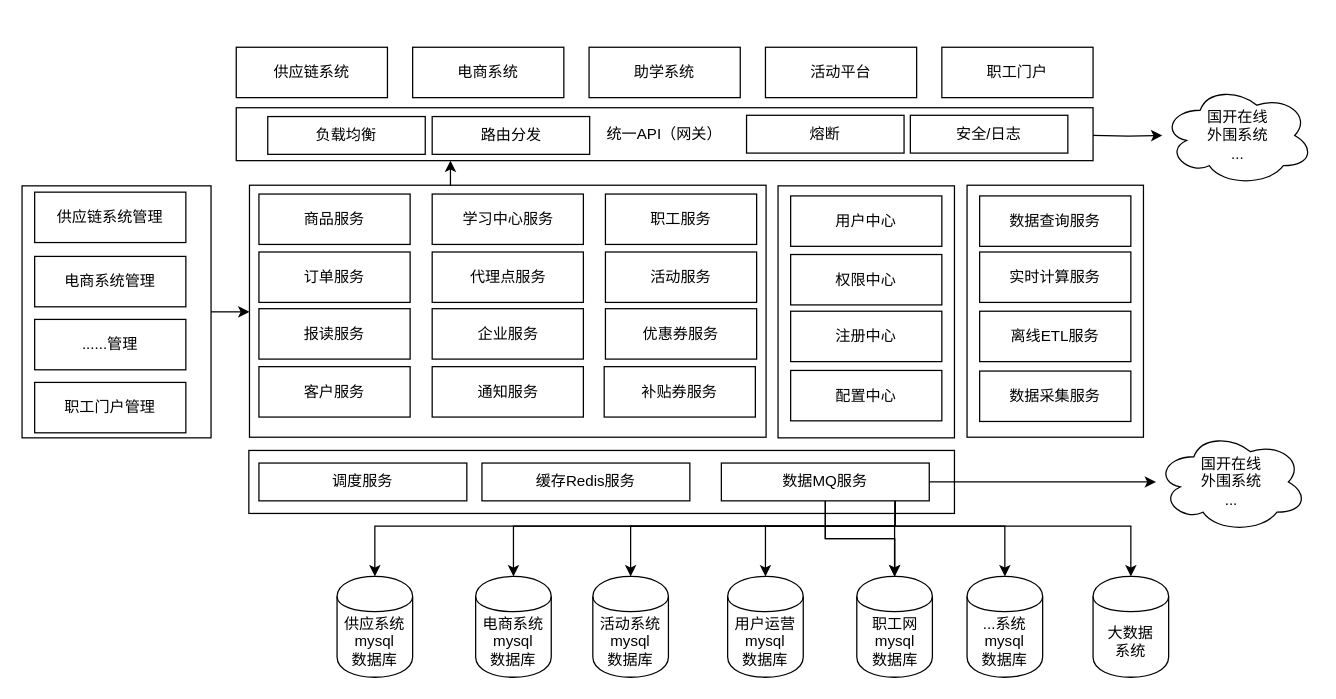
The draw.io diagram page "Page-3" (3 of 4) of workeredu/求学圆梦项目流程.drawio in kinvensan/drawio, before the edit. Source tidied: cells renumbered, new cells numbered last; positions are measured from the earlier drawing's top-left corner, leaving out a move shared by most shapes. Both pictures are drawn from the tidied source at 126%, with x=0, y=0 at pixel (21, 47).
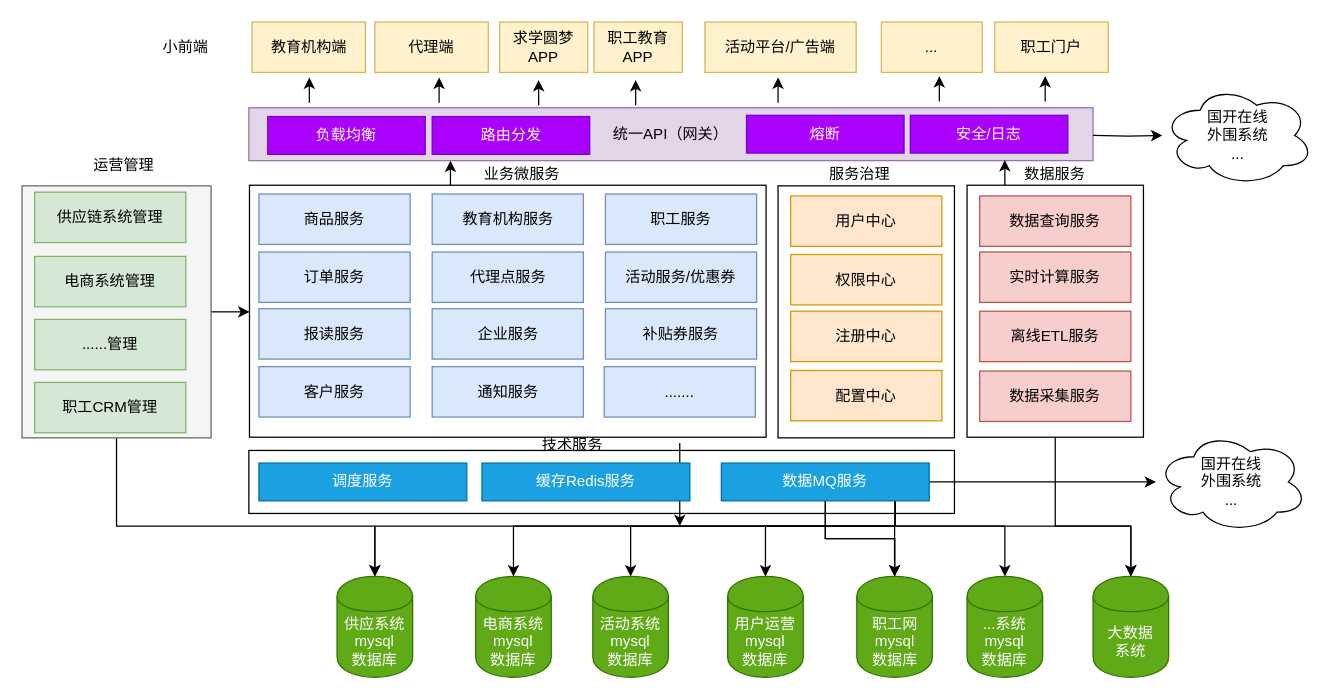
The same page after the edit.

Commit message:
Update 求学圆梦项目流程.drawio

The change refers to these unchanged cells:
```xml
<mxCell id="59" style="rounded=0;whiteSpace=wrap;html=1;" parent="1" vertex="1">
  <mxGeometry x="750" y="109.5" width="140" height="200" as="geometry" />
</mxCell>
```

Change to the diagram source:
```diff
@@
+    <mxCell id="65" style="edgeStyle=orthogonalEdgeStyle;rounded=0;jettySize=auto;html=1;" parent="1" edge="1" source="4" target="12">
+      <mxGeometry relative="1" as="geometry">
+        <Array as="points">
+          <mxPoint x="75" y="380" />
+          <mxPoint x="280" y="380" />
+        </Array>
+      </mxGeometry>
+    </mxCell>
-    <mxCell id="4" style="rounded=0;whiteSpace=wrap;html=1;" parent="1" vertex="1">
+    <mxCell id="4" style="rounded=0;whiteSpace=wrap;html=1;fillColor=#f5f5f5;strokeColor=#666666;fontColor=#333333;" parent="1" vertex="1">
       <mxGeometry y="110" width="150" height="200" as="geometry" />
     </mxCell>
@@
-    <mxCell id="7" value="代理点服务" style="rounded=0;whiteSpace=wrap;html=1;" parent="1" vertex="1">
+    <mxCell id="7" value="代理点服务" style="rounded=0;whiteSpace=wrap;html=1;fillColor=#dae8fc;strokeColor=#6c8ebf;" parent="1" vertex="1">
       <mxGeometry x="325.5" y="162.5" width="120" height="40" as="geometry" />
     </mxCell>
-    <mxCell id="8" value="商品服务" style="rounded=0;whiteSpace=wrap;html=1;" parent="1" vertex="1">
+    <mxCell id="8" value="商品服务" style="rounded=0;whiteSpace=wrap;html=1;fillColor=#dae8fc;strokeColor=#6c8ebf;" parent="1" vertex="1">
       <mxGeometry x="188" y="116.5" width="120" height="40" as="geometry" />
     </mxCell>
-    <mxCell id="9" value="订单服务" style="rounded=0;whiteSpace=wrap;html=1;" parent="1" vertex="1">
+    <mxCell id="9" value="订单服务" style="rounded=0;whiteSpace=wrap;html=1;fillColor=#dae8fc;strokeColor=#6c8ebf;" parent="1" vertex="1">
       <mxGeometry x="188" y="162.5" width="120" height="40" as="geometry" />
     </mxCell>
-    <mxCell id="10" value="报读服务" style="rounded=0;whiteSpace=wrap;html=1;" parent="1" vertex="1">
+    <mxCell id="10" value="报读服务" style="rounded=0;whiteSpace=wrap;html=1;fillColor=#dae8fc;strokeColor=#6c8ebf;" parent="1" vertex="1">
       <mxGeometry x="188" y="207.5" width="120" height="40" as="geometry" />
     </mxCell>
-    <mxCell id="11" value="企业服务" style="rounded=0;whiteSpace=wrap;html=1;" parent="1" vertex="1">
+    <mxCell id="11" value="企业服务" style="rounded=0;whiteSpace=wrap;html=1;fillColor=#dae8fc;strokeColor=#6c8ebf;" parent="1" vertex="1">
       <mxGeometry x="325.5" y="207.5" width="120" height="40" as="geometry" />
     </mxCell>
-    <mxCell id="12" value="供应系统mysql&lt;br&gt;数据库" style="shape=cylinder;whiteSpace=wrap;html=1;boundedLbl=1;backgroundOutline=1;fillColor=#FFFFFF;" parent="1" vertex="1">
+    <mxCell id="12" value="供应系统mysql&lt;br&gt;数据库" style="shape=cylinder;whiteSpace=wrap;html=1;boundedLbl=1;backgroundOutline=1;fillColor=#60a917;strokeColor=#2D7600;fontColor=#ffffff;" parent="1" vertex="1">
       <mxGeometry x="250" y="420" width="60" height="80" as="geometry" />
     </mxCell>
-    <mxCell id="13" value="电商系统&lt;br&gt;mysql&lt;br&gt;数据库" style="shape=cylinder;whiteSpace=wrap;html=1;boundedLbl=1;backgroundOutline=1;fillColor=#FFFFFF;" parent="1" vertex="1">
+    <mxCell id="13" value="电商系统&lt;br&gt;mysql&lt;br&gt;数据库" style="shape=cylinder;whiteSpace=wrap;html=1;boundedLbl=1;backgroundOutline=1;fillColor=#60a917;strokeColor=#2D7600;fontColor=#ffffff;" parent="1" vertex="1">
       <mxGeometry x="360" y="420" width="60" height="80" as="geometry" />
     </mxCell>
-    <mxCell id="14" value="活动系统&lt;br&gt;mysql&lt;br&gt;数据库" style="shape=cylinder;whiteSpace=wrap;html=1;boundedLbl=1;backgroundOutline=1;fillColor=#FFFFFF;" parent="1" vertex="1">
+    <mxCell id="14" value="活动系统&lt;br&gt;mysql&lt;br&gt;数据库" style="shape=cylinder;whiteSpace=wrap;html=1;boundedLbl=1;backgroundOutline=1;fillColor=#60a917;strokeColor=#2D7600;fontColor=#ffffff;" parent="1" vertex="1">
       <mxGeometry x="453" y="420" width="60" height="80" as="geometry" />
     </mxCell>
-    <mxCell id="15" value="用户运营&lt;br&gt;mysql&lt;br&gt;数据库" style="shape=cylinder;whiteSpace=wrap;html=1;boundedLbl=1;backgroundOutline=1;fillColor=#FFFFFF;" parent="1" vertex="1">
+    <mxCell id="15" value="用户运营&lt;br&gt;mysql&lt;br&gt;数据库" style="shape=cylinder;whiteSpace=wrap;html=1;boundedLbl=1;backgroundOutline=1;fillColor=#60a917;strokeColor=#2D7600;fontColor=#ffffff;" parent="1" vertex="1">
       <mxGeometry x="560" y="420" width="60" height="80" as="geometry" />
     </mxCell>
@@
-    <mxCell id="17" value="职工网&lt;br&gt;mysql&lt;br&gt;数据库" style="shape=cylinder;whiteSpace=wrap;html=1;boundedLbl=1;backgroundOutline=1;fillColor=#FFFFFF;" parent="1" vertex="1">
+    <mxCell id="17" value="职工网&lt;br&gt;mysql&lt;br&gt;数据库" style="shape=cylinder;whiteSpace=wrap;html=1;boundedLbl=1;backgroundOutline=1;fillColor=#60a917;strokeColor=#2D7600;fontColor=#ffffff;" parent="1" vertex="1">
       <mxGeometry x="662.5" y="420" width="60" height="80" as="geometry" />
     </mxCell>
@@
-    <mxCell id="27" value="数据MQ服务" style="rounded=0;whiteSpace=wrap;html=1;" parent="1" vertex="1">
+    <mxCell id="27" value="数据MQ服务" style="rounded=0;whiteSpace=wrap;html=1;fillColor=#1ba1e2;strokeColor=#006EAF;fontColor=#ffffff;" parent="1" vertex="1">
       <mxGeometry x="555" y="330" width="165" height="30" as="geometry" />
     </mxCell>
-    <mxCell id="28" value="...系统&lt;br&gt;mysql&lt;br&gt;数据库" style="shape=cylinder;whiteSpace=wrap;html=1;boundedLbl=1;backgroundOutline=1;fillColor=#FFFFFF;" parent="1" vertex="1">
+    <mxCell id="28" value="...系统&lt;br&gt;mysql&lt;br&gt;数据库" style="shape=cylinder;whiteSpace=wrap;html=1;boundedLbl=1;backgroundOutline=1;fillColor=#60a917;strokeColor=#2D7600;fontColor=#ffffff;" parent="1" vertex="1">
       <mxGeometry x="750" y="420" width="60" height="80" as="geometry" />
     </mxCell>
-    <mxCell id="29" value="大数据&lt;br&gt;系统" style="shape=cylinder;whiteSpace=wrap;html=1;boundedLbl=1;backgroundOutline=1;fillColor=#FFFFFF;" parent="1" vertex="1">
+    <mxCell id="29" value="大数据&lt;br&gt;系统" style="shape=cylinder;whiteSpace=wrap;html=1;boundedLbl=1;backgroundOutline=1;fillColor=#60a917;strokeColor=#2D7600;fontColor=#ffffff;" parent="1" vertex="1">
       <mxGeometry x="850" y="420" width="60" height="80" as="geometry" />
     </mxCell>
-    <mxCell id="30" value="客户服务" style="rounded=0;whiteSpace=wrap;html=1;" parent="1" vertex="1">
+    <mxCell id="30" value="客户服务" style="rounded=0;whiteSpace=wrap;html=1;fillColor=#dae8fc;strokeColor=#6c8ebf;" parent="1" vertex="1">
       <mxGeometry x="188" y="253.5" width="120" height="40" as="geometry" />
     </mxCell>
-    <mxCell id="31" value="通知服务" style="rounded=0;whiteSpace=wrap;html=1;" parent="1" vertex="1">
+    <mxCell id="31" value="通知服务" style="rounded=0;whiteSpace=wrap;html=1;fillColor=#dae8fc;strokeColor=#6c8ebf;" parent="1" vertex="1">
       <mxGeometry x="325.5" y="253.5" width="120" height="40" as="geometry" />
     </mxCell>
-    <mxCell id="32" value="学习中心服务" style="rounded=0;whiteSpace=wrap;html=1;" parent="1" vertex="1">
+    <mxCell id="32" value="教育机构服务" style="rounded=0;whiteSpace=wrap;html=1;fillColor=#dae8fc;strokeColor=#6c8ebf;" parent="1" vertex="1">
       <mxGeometry x="325.5" y="116.5" width="120" height="40" as="geometry" />
     </mxCell>
-    <mxCell id="33" value="职工服务" style="rounded=0;whiteSpace=wrap;html=1;" parent="1" vertex="1">
+    <mxCell id="33" value="职工服务" style="rounded=0;whiteSpace=wrap;html=1;fillColor=#dae8fc;strokeColor=#6c8ebf;" parent="1" vertex="1">
       <mxGeometry x="463" y="116.5" width="120" height="40" as="geometry" />
     </mxCell>
-    <mxCell id="34" value="供应链系统管理" style="rounded=0;whiteSpace=wrap;html=1;" parent="1" vertex="1">
+    <mxCell id="34" value="供应链系统管理" style="rounded=0;whiteSpace=wrap;html=1;fillColor=#d5e8d4;strokeColor=#82b366;" parent="1" vertex="1">
       <mxGeometry x="10" y="115" width="120" height="40" as="geometry" />
     </mxCell>
-    <mxCell id="35" value="活动服务" style="rounded=0;whiteSpace=wrap;html=1;" parent="1" vertex="1">
+    <mxCell id="35" value="活动服务/优惠券" style="rounded=0;whiteSpace=wrap;html=1;fillColor=#dae8fc;strokeColor=#6c8ebf;" parent="1" vertex="1">
       <mxGeometry x="463" y="162.5" width="120" height="40" as="geometry" />
     </mxCell>
-    <mxCell id="36" value="优惠券服务" style="rounded=0;whiteSpace=wrap;html=1;" parent="1" vertex="1">
+    <mxCell id="36" value="补贴券服务" style="rounded=0;whiteSpace=wrap;html=1;fillColor=#dae8fc;strokeColor=#6c8ebf;" parent="1" vertex="1">
       <mxGeometry x="463" y="207.5" width="120" height="40" as="geometry" />
     </mxCell>
+    <mxCell id="66" style="edgeStyle=orthogonalEdgeStyle;rounded=0;orthogonalLoop=1;jettySize=auto;html=1;" parent="1" edge="1">
+      <mxGeometry relative="1" as="geometry">
+        <mxPoint x="522" y="314" as="sourcePoint" />
+        <mxPoint x="522" y="380" as="targetPoint" />
+      </mxGeometry>
+    </mxCell>
-    <mxCell id="37" value="补贴券服务" style="rounded=0;whiteSpace=wrap;html=1;" parent="1" vertex="1">
+    <mxCell id="37" value="......." style="rounded=0;whiteSpace=wrap;html=1;fillColor=#dae8fc;strokeColor=#6c8ebf;" parent="1" vertex="1">
       <mxGeometry x="462" y="253.5" width="120" height="40" as="geometry" />
     </mxCell>
-    <mxCell id="38" value="电商系统管理" style="rounded=0;whiteSpace=wrap;html=1;" parent="1" vertex="1">
+    <mxCell id="38" value="电商系统管理" style="rounded=0;whiteSpace=wrap;html=1;fillColor=#d5e8d4;strokeColor=#82b366;" parent="1" vertex="1">
       <mxGeometry x="10" y="166" width="120" height="40" as="geometry" />
     </mxCell>
-    <mxCell id="39" value="......管理" style="rounded=0;whiteSpace=wrap;html=1;" parent="1" vertex="1">
+    <mxCell id="39" value="......管理" style="rounded=0;whiteSpace=wrap;html=1;fillColor=#d5e8d4;strokeColor=#82b366;" parent="1" vertex="1">
       <mxGeometry x="10" y="216" width="120" height="40" as="geometry" />
     </mxCell>
-    <mxCell id="40" value="职工门户管理" style="rounded=0;whiteSpace=wrap;html=1;" parent="1" vertex="1">
+    <mxCell id="40" value="职工CRM管理" style="rounded=0;whiteSpace=wrap;html=1;fillColor=#d5e8d4;strokeColor=#82b366;" parent="1" vertex="1">
       <mxGeometry x="10" y="266" width="120" height="40" as="geometry" />
     </mxCell>
-    <mxCell id="41" value="用户中心" style="rounded=0;whiteSpace=wrap;html=1;" parent="1" vertex="1">
+    <mxCell id="41" value="用户中心" style="rounded=0;whiteSpace=wrap;html=1;fillColor=#ffe6cc;strokeColor=#d79b00;" parent="1" vertex="1">
       <mxGeometry x="610" y="118" width="120" height="40" as="geometry" />
     </mxCell>
-    <mxCell id="42" value="权限中心" style="rounded=0;whiteSpace=wrap;html=1;" parent="1" vertex="1">
+    <mxCell id="42" value="权限中心" style="rounded=0;whiteSpace=wrap;html=1;fillColor=#ffe6cc;strokeColor=#d79b00;" parent="1" vertex="1">
       <mxGeometry x="610" y="164.5" width="120" height="40" as="geometry" />
     </mxCell>
-    <mxCell id="43" value="注册中心" style="rounded=0;whiteSpace=wrap;html=1;" parent="1" vertex="1">
+    <mxCell id="43" value="注册中心" style="rounded=0;whiteSpace=wrap;html=1;fillColor=#ffe6cc;strokeColor=#d79b00;" parent="1" vertex="1">
       <mxGeometry x="610" y="209.5" width="120" height="40" as="geometry" />
     </mxCell>
-    <mxCell id="44" value="配置中心" style="rounded=0;whiteSpace=wrap;html=1;" parent="1" vertex="1">
+    <mxCell id="44" value="配置中心" style="rounded=0;whiteSpace=wrap;html=1;fillColor=#ffe6cc;strokeColor=#d79b00;" parent="1" vertex="1">
       <mxGeometry x="610" y="256.5" width="120" height="40" as="geometry" />
     </mxCell>
-    <mxCell id="45" value="供应链系统" style="rounded=0;whiteSpace=wrap;html=1;" parent="1" vertex="1">
-      <mxGeometry x="170" width="120" height="40" as="geometry" />
+    <mxCell id="45" value="教育机构端" style="rounded=0;whiteSpace=wrap;html=1;fillColor=#fff2cc;strokeColor=#d6b656;" parent="1" vertex="1">
+      <mxGeometry x="182.5" y="-20" width="90" height="40" as="geometry" />
     </mxCell>
-    <mxCell id="46" value="电商系统" style="rounded=0;whiteSpace=wrap;html=1;" parent="1" vertex="1">
-      <mxGeometry x="310" width="120" height="40" as="geometry" />
+    <mxCell id="46" value="求学圆梦APP" style="rounded=0;whiteSpace=wrap;html=1;fillColor=#fff2cc;strokeColor=#d6b656;" parent="1" vertex="1">
+      <mxGeometry x="379" y="-20" width="70" height="40" as="geometry" />
     </mxCell>
-    <mxCell id="47" value="助学系统" style="rounded=0;whiteSpace=wrap;html=1;" parent="1" vertex="1">
-      <mxGeometry x="450" width="120" height="40" as="geometry" />
+    <mxCell id="47" value="活动平台/广告端" style="rounded=0;whiteSpace=wrap;html=1;fillColor=#fff2cc;strokeColor=#d6b656;" parent="1" vertex="1">
+      <mxGeometry x="542" y="-20" width="120" height="40" as="geometry" />
     </mxCell>
-    <mxCell id="48" value="活动平台" style="rounded=0;whiteSpace=wrap;html=1;" parent="1" vertex="1">
-      <mxGeometry x="590" width="120" height="40" as="geometry" />
+    <mxCell id="48" value="..." style="rounded=0;whiteSpace=wrap;html=1;fillColor=#fff2cc;strokeColor=#d6b656;" parent="1" vertex="1">
+      <mxGeometry x="682" y="-20" width="80" height="40" as="geometry" />
     </mxCell>
-    <mxCell id="49" value="职工门户" style="rounded=0;whiteSpace=wrap;html=1;" parent="1" vertex="1">
-      <mxGeometry x="730" width="120" height="40" as="geometry" />
+    <mxCell id="49" value="职工门户" style="rounded=0;whiteSpace=wrap;html=1;fillColor=#fff2cc;strokeColor=#d6b656;" parent="1" vertex="1">
+      <mxGeometry x="772" y="-20" width="90" height="40" as="geometry" />
     </mxCell>
-    <mxCell id="50" value="统一API（网关）" style="rounded=0;whiteSpace=wrap;html=1;" parent="1" vertex="1">
-      <mxGeometry x="170" y="48" width="680" height="42" as="geometry" />
+    <mxCell id="50" value="统一API（网关）" style="rounded=0;whiteSpace=wrap;html=1;fillColor=#e1d5e7;strokeColor=#9673a6;" parent="1" vertex="1">
+      <mxGeometry x="180" y="48" width="670" height="42" as="geometry" />
     </mxCell>
@@
-    <mxCell id="53" value="缓存Redis服务" style="rounded=0;whiteSpace=wrap;html=1;" parent="1" vertex="1">
+    <mxCell id="53" value="缓存Redis服务" style="rounded=0;whiteSpace=wrap;html=1;fillColor=#1ba1e2;strokeColor=#006EAF;fontColor=#ffffff;" parent="1" vertex="1">
       <mxGeometry x="365" y="330" width="165" height="30" as="geometry" />
     </mxCell>
-    <mxCell id="54" value="调度服务" style="rounded=0;whiteSpace=wrap;html=1;" parent="1" vertex="1">
+    <mxCell id="54" value="调度服务" style="rounded=0;whiteSpace=wrap;html=1;fillColor=#1ba1e2;strokeColor=#006EAF;fontColor=#ffffff;" parent="1" vertex="1">
       <mxGeometry x="188" y="330" width="165" height="30" as="geometry" />
     </mxCell>
-    <mxCell id="55" value="熔断" style="rounded=0;whiteSpace=wrap;html=1;" parent="1" vertex="1">
+    <mxCell id="55" value="熔断" style="rounded=0;whiteSpace=wrap;html=1;fillColor=#aa00ff;strokeColor=#7700CC;fontColor=#ffffff;" parent="1" vertex="1">
       <mxGeometry x="575" y="54" width="125" height="30" as="geometry" />
     </mxCell>
-    <mxCell id="56" value="负载均衡" style="rounded=0;whiteSpace=wrap;html=1;" parent="1" vertex="1">
+    <mxCell id="56" value="负载均衡" style="rounded=0;whiteSpace=wrap;html=1;fillColor=#aa00ff;strokeColor=#7700CC;fontColor=#ffffff;" parent="1" vertex="1">
       <mxGeometry x="195" y="55" width="125" height="30" as="geometry" />
     </mxCell>
-    <mxCell id="57" value="路由分发" style="rounded=0;whiteSpace=wrap;html=1;" parent="1" vertex="1">
+    <mxCell id="57" value="路由分发" style="rounded=0;whiteSpace=wrap;html=1;fillColor=#aa00ff;strokeColor=#7700CC;fontColor=#ffffff;" parent="1" vertex="1">
       <mxGeometry x="325.5" y="55" width="125" height="30" as="geometry" />
     </mxCell>
-    <mxCell id="58" value="安全/日志" style="rounded=0;whiteSpace=wrap;html=1;" parent="1" vertex="1">
+    <mxCell id="58" value="安全/日志" style="rounded=0;whiteSpace=wrap;html=1;fillColor=#aa00ff;strokeColor=#7700CC;fontColor=#ffffff;" parent="1" vertex="1">
       <mxGeometry x="705" y="54" width="125" height="30" as="geometry" />
     </mxCell>
+    <mxCell id="67" style="edgeStyle=orthogonalEdgeStyle;rounded=0;jettySize=auto;html=1;" parent="1" edge="1" source="59" target="29">
+      <mxGeometry relative="1" as="geometry">
+        <Array as="points">
+          <mxPoint x="820" y="380" />
+          <mxPoint x="880" y="380" />
+        </Array>
+      </mxGeometry>
+    </mxCell>
@@
-    <mxCell id="60" value="离线ETL服务" style="rounded=0;whiteSpace=wrap;html=1;" parent="1" vertex="1">
+    <mxCell id="60" value="离线ETL服务" style="rounded=0;whiteSpace=wrap;html=1;fillColor=#f8cecc;strokeColor=#b85450;" parent="1" vertex="1">
       <mxGeometry x="760" y="209.5" width="120" height="40" as="geometry" />
     </mxCell>
-    <mxCell id="61" value="实时计算服务" style="rounded=0;whiteSpace=wrap;html=1;" parent="1" vertex="1">
+    <mxCell id="61" value="实时计算服务" style="rounded=0;whiteSpace=wrap;html=1;fillColor=#f8cecc;strokeColor=#b85450;" parent="1" vertex="1">
       <mxGeometry x="760" y="162.5" width="120" height="40" as="geometry" />
     </mxCell>
-    <mxCell id="62" value="数据查询服务" style="rounded=0;whiteSpace=wrap;html=1;" parent="1" vertex="1">
+    <mxCell id="62" value="数据查询服务" style="rounded=0;whiteSpace=wrap;html=1;fillColor=#f8cecc;strokeColor=#b85450;" parent="1" vertex="1">
       <mxGeometry x="760" y="118" width="120" height="40" as="geometry" />
     </mxCell>
-    <mxCell id="63" value="数据采集服务" style="rounded=0;whiteSpace=wrap;html=1;" parent="1" vertex="1">
+    <mxCell id="63" value="数据采集服务" style="rounded=0;whiteSpace=wrap;html=1;fillColor=#f8cecc;strokeColor=#b85450;" parent="1" vertex="1">
       <mxGeometry x="760" y="257" width="120" height="40" as="geometry" />
     </mxCell>
@@
+    <mxCell id="68" value="业务微服务" style="text;html=1;strokeColor=none;fillColor=none;align=center;verticalAlign=middle;whiteSpace=wrap;rounded=0;" parent="1" vertex="1">
+      <mxGeometry x="357" y="91" width="80" height="20" as="geometry" />
+    </mxCell>
+    <mxCell id="69" value="服务治理" style="text;html=1;strokeColor=none;fillColor=none;align=center;verticalAlign=middle;whiteSpace=wrap;rounded=0;" parent="1" vertex="1">
+      <mxGeometry x="630" y="91" width="70" height="20" as="geometry" />
+    </mxCell>
+    <mxCell id="70" value="数据服务" style="text;html=1;strokeColor=none;fillColor=none;align=center;verticalAlign=middle;whiteSpace=wrap;rounded=0;" parent="1" vertex="1">
+      <mxGeometry x="780" y="91" width="80" height="20" as="geometry" />
+    </mxCell>
+    <mxCell id="71" value="运营管理" style="text;html=1;align=left;verticalAlign=top;spacingTop=-4;" parent="1" vertex="1">
+      <mxGeometry x="55" y="84" width="60" height="20" as="geometry" />
+    </mxCell>
+    <mxCell id="72" value="技术服务" style="text;html=1;strokeColor=none;fillColor=none;align=center;verticalAlign=middle;whiteSpace=wrap;rounded=0;" parent="1" vertex="1">
+      <mxGeometry x="397" y="306" width="80" height="20" as="geometry" />
+    </mxCell>
+    <mxCell id="73" style="endArrow=classic;html=1;" parent="1" edge="1">
+      <mxGeometry relative="1" as="geometry">
+        <mxPoint x="780" y="109.5" as="sourcePoint" />
+        <mxPoint x="780" y="89.5" as="targetPoint" />
+      </mxGeometry>
+    </mxCell>
+    <mxCell id="74" value="代理端" style="rounded=0;whiteSpace=wrap;html=1;fillColor=#fff2cc;strokeColor=#d6b656;" parent="1" vertex="1">
+      <mxGeometry x="280" y="-20" width="90" height="40" as="geometry" />
+    </mxCell>
+    <mxCell id="75" value="职工教育APP" style="rounded=0;whiteSpace=wrap;html=1;fillColor=#fff2cc;strokeColor=#d6b656;" parent="1" vertex="1">
+      <mxGeometry x="454" y="-20" width="70" height="40" as="geometry" />
+    </mxCell>
+    <mxCell id="76" style="endArrow=classic;html=1;" parent="1" edge="1">
+      <mxGeometry relative="1" as="geometry">
+        <mxPoint x="228" y="44" as="sourcePoint" />
+        <mxPoint x="228" y="24" as="targetPoint" />
+      </mxGeometry>
+    </mxCell>
+    <mxCell id="77" style="endArrow=classic;html=1;" parent="1" edge="1">
+      <mxGeometry relative="1" as="geometry">
+        <mxPoint x="331" y="44" as="sourcePoint" />
+        <mxPoint x="331" y="24" as="targetPoint" />
+      </mxGeometry>
+    </mxCell>
+    <mxCell id="78" style="endArrow=classic;html=1;" parent="1" edge="1">
+      <mxGeometry relative="1" as="geometry">
+        <mxPoint x="410" y="46" as="sourcePoint" />
+        <mxPoint x="410" y="26" as="targetPoint" />
+      </mxGeometry>
+    </mxCell>
+    <mxCell id="79" style="endArrow=classic;html=1;" parent="1" edge="1">
+      <mxGeometry relative="1" as="geometry">
+        <mxPoint x="487" y="46" as="sourcePoint" />
+        <mxPoint x="487" y="26" as="targetPoint" />
+      </mxGeometry>
+    </mxCell>
+    <mxCell id="80" style="endArrow=classic;html=1;" parent="1" edge="1">
+      <mxGeometry relative="1" as="geometry">
+        <mxPoint x="600" y="44" as="sourcePoint" />
+        <mxPoint x="600" y="24" as="targetPoint" />
+      </mxGeometry>
+    </mxCell>
+    <mxCell id="81" style="endArrow=classic;html=1;" parent="1" edge="1">
+      <mxGeometry relative="1" as="geometry">
+        <mxPoint x="812" y="43" as="sourcePoint" />
+        <mxPoint x="812" y="23" as="targetPoint" />
+      </mxGeometry>
+    </mxCell>
+    <mxCell id="82" style="endArrow=classic;html=1;" parent="1" edge="1">
+      <mxGeometry relative="1" as="geometry">
+        <mxPoint x="728" y="43" as="sourcePoint" />
+        <mxPoint x="728" y="23" as="targetPoint" />
+      </mxGeometry>
+    </mxCell>
+    <mxCell id="83" value="小前端" style="text;html=1;align=left;verticalAlign=top;spacingTop=-4;" parent="1" vertex="1">
+      <mxGeometry x="110" y="-10" width="50" height="20" as="geometry" />
+    </mxCell>
```
